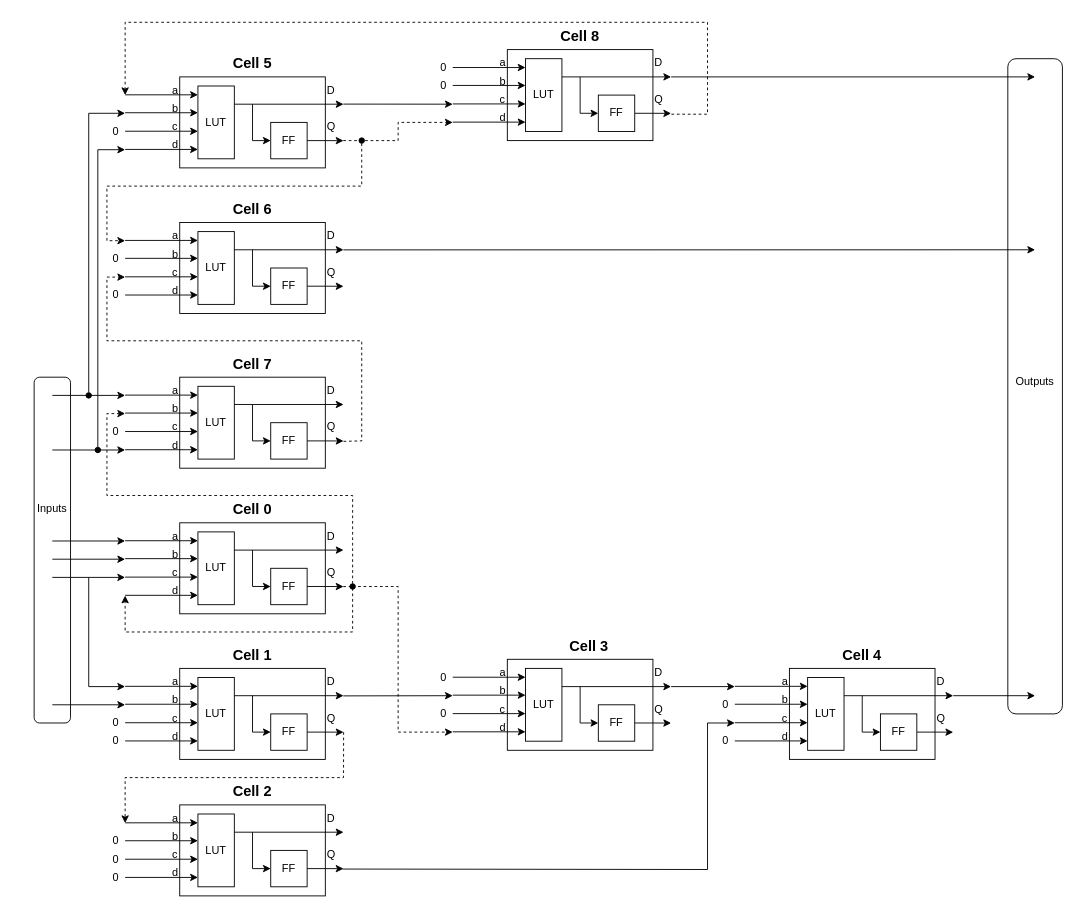
Before: page "Flattened_Network_of_LUTFF_cells" (6 of 7) of assets/cuda_sim/graph_diagram.drawio in tomverbeure/tomverbeure.github.io, a draw.io diagram. Source tidied: cells renumbered, new cells numbered last; positions are measured from the earlier drawing's top-left corner, leaving out a move shared by most shapes. Both pictures are drawn from the tidied source at 91%, with x=0, y=0 at pixel (25, 22).
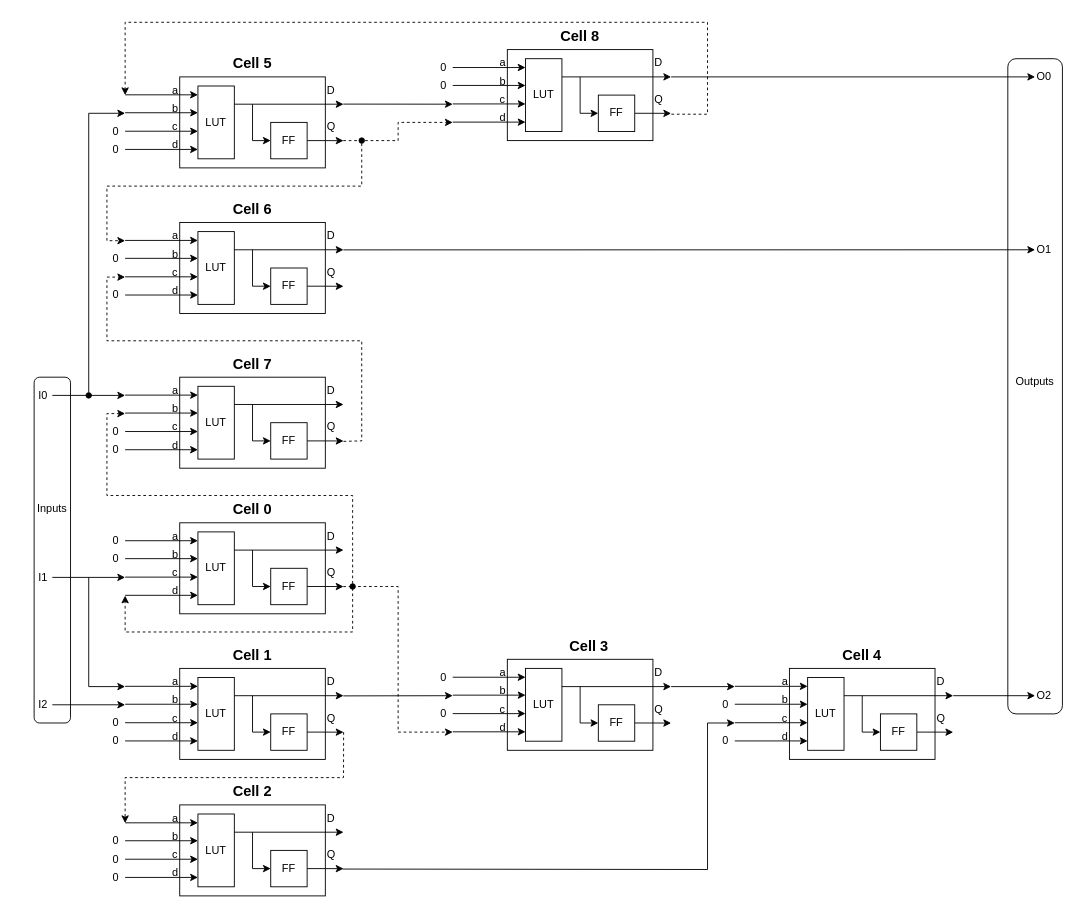
After the change.

What changed in the source:
```diff
@@
-    <mxCell id="7" style="endArrow=classic;html=1;rounded=0;" parent="1" edge="1">
-      <mxGeometry relative="1" as="geometry">
-        <mxPoint x="30" y="470" as="sourcePoint" />
-        <mxPoint x="110" y="470" as="targetPoint" />
-      </mxGeometry>
-    </mxCell>
@@
-    <mxCell id="10" style="endArrow=classic;html=1;rounded=0;" parent="1" edge="1">
-      <mxGeometry relative="1" as="geometry">
-        <mxPoint x="30" y="570" as="sourcePoint" />
-        <mxPoint x="110" y="570" as="targetPoint" />
-      </mxGeometry>
-    </mxCell>
-    <mxCell id="11" style="endArrow=classic;html=1;rounded=0;" parent="1" edge="1">
-      <mxGeometry relative="1" as="geometry">
-        <mxPoint x="30" y="590" as="sourcePoint" />
-        <mxPoint x="110" y="590" as="targetPoint" />
-      </mxGeometry>
-    </mxCell>
@@
-    <mxCell id="28" style="endArrow=classic;html=1;rounded=0;startArrow=oval;startFill=1;" parent="1" edge="1">
-      <mxGeometry relative="1" as="geometry">
-        <mxPoint x="80" y="470" as="sourcePoint" />
-        <mxPoint x="110" y="140" as="targetPoint" />
-        <Array as="points">
-          <mxPoint x="80" y="140" />
-        </Array>
-      </mxGeometry>
-    </mxCell>
@@
+    <mxCell id="209" value="0" style="text;html=1;strokeColor=none;fillColor=none;align=center;verticalAlign=middle;whiteSpace=wrap;rounded=0;" parent="1" vertex="1">
+      <mxGeometry x="90" y="460" width="20" height="20" as="geometry" />
+    </mxCell>
+    <mxCell id="210" value="0" style="text;html=1;strokeColor=none;fillColor=none;align=center;verticalAlign=middle;whiteSpace=wrap;rounded=0;" parent="1" vertex="1">
+      <mxGeometry x="90" y="130" width="20" height="20" as="geometry" />
+    </mxCell>
+    <mxCell id="211" value="0" style="text;html=1;strokeColor=none;fillColor=none;align=center;verticalAlign=middle;whiteSpace=wrap;rounded=0;" parent="1" vertex="1">
+      <mxGeometry x="90" y="560" width="20" height="20" as="geometry" />
+    </mxCell>
+    <mxCell id="212" value="0" style="text;html=1;strokeColor=none;fillColor=none;align=center;verticalAlign=middle;whiteSpace=wrap;rounded=0;" parent="1" vertex="1">
+      <mxGeometry x="90" y="580" width="20" height="20" as="geometry" />
+    </mxCell>
+    <mxCell id="213" value="I0" style="text;html=1;strokeColor=none;fillColor=none;align=center;verticalAlign=middle;whiteSpace=wrap;rounded=0;" parent="1" vertex="1">
+      <mxGeometry x="-10" y="390" width="60" height="40" as="geometry" />
+    </mxCell>
+    <mxCell id="214" value="I1" style="text;html=1;strokeColor=none;fillColor=none;align=center;verticalAlign=middle;whiteSpace=wrap;rounded=0;" parent="1" vertex="1">
+      <mxGeometry x="-10" y="590" width="60" height="40" as="geometry" />
+    </mxCell>
+    <mxCell id="215" value="I2" style="text;html=1;strokeColor=none;fillColor=none;align=center;verticalAlign=middle;whiteSpace=wrap;rounded=0;" parent="1" vertex="1">
+      <mxGeometry x="-10" y="730" width="60" height="40" as="geometry" />
+    </mxCell>
+    <mxCell id="216" value="O0" style="text;html=1;strokeColor=none;fillColor=none;align=center;verticalAlign=middle;whiteSpace=wrap;rounded=0;" parent="1" vertex="1">
+      <mxGeometry x="1090" y="40" width="60" height="40" as="geometry" />
+    </mxCell>
+    <mxCell id="217" value="O1" style="text;html=1;strokeColor=none;fillColor=none;align=center;verticalAlign=middle;whiteSpace=wrap;rounded=0;" parent="1" vertex="1">
+      <mxGeometry x="1090" y="230" width="60" height="40" as="geometry" />
+    </mxCell>
+    <mxCell id="218" value="O2" style="text;html=1;strokeColor=none;fillColor=none;align=center;verticalAlign=middle;whiteSpace=wrap;rounded=0;" parent="1" vertex="1">
+      <mxGeometry x="1090" y="720" width="60" height="40" as="geometry" />
+    </mxCell>
```
